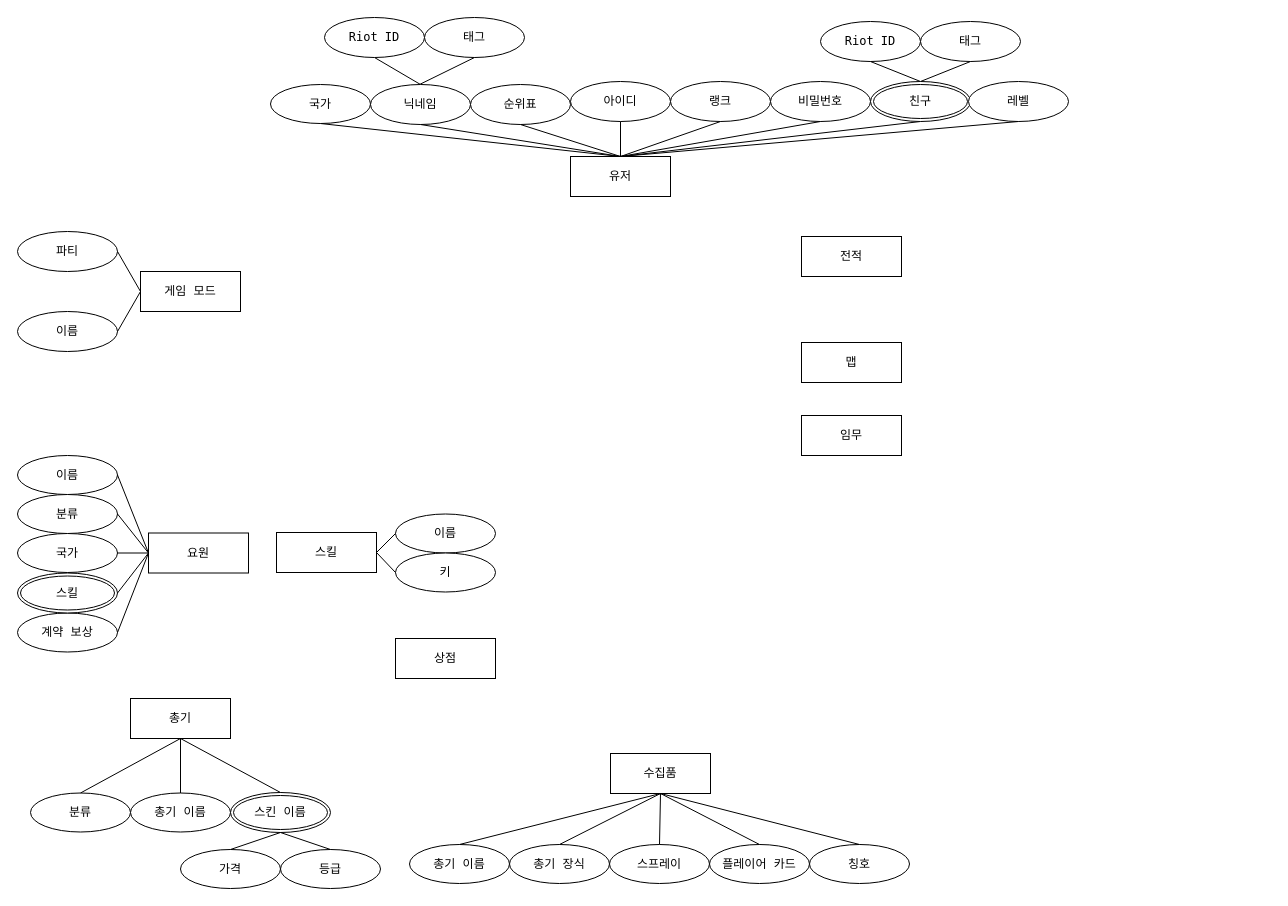
Above: Valorant_ER_Diagram.drawio in SuhyeonLEE0603/DB (draw.io), before the change. Source tidied: cells renumbered, new cells numbered last; positions are measured from the earlier drawing's top-left corner, leaving out a move shared by most shapes. Both pictures are drawn from the tidied source at 100%, with x=0, y=0 at pixel (17, 17).
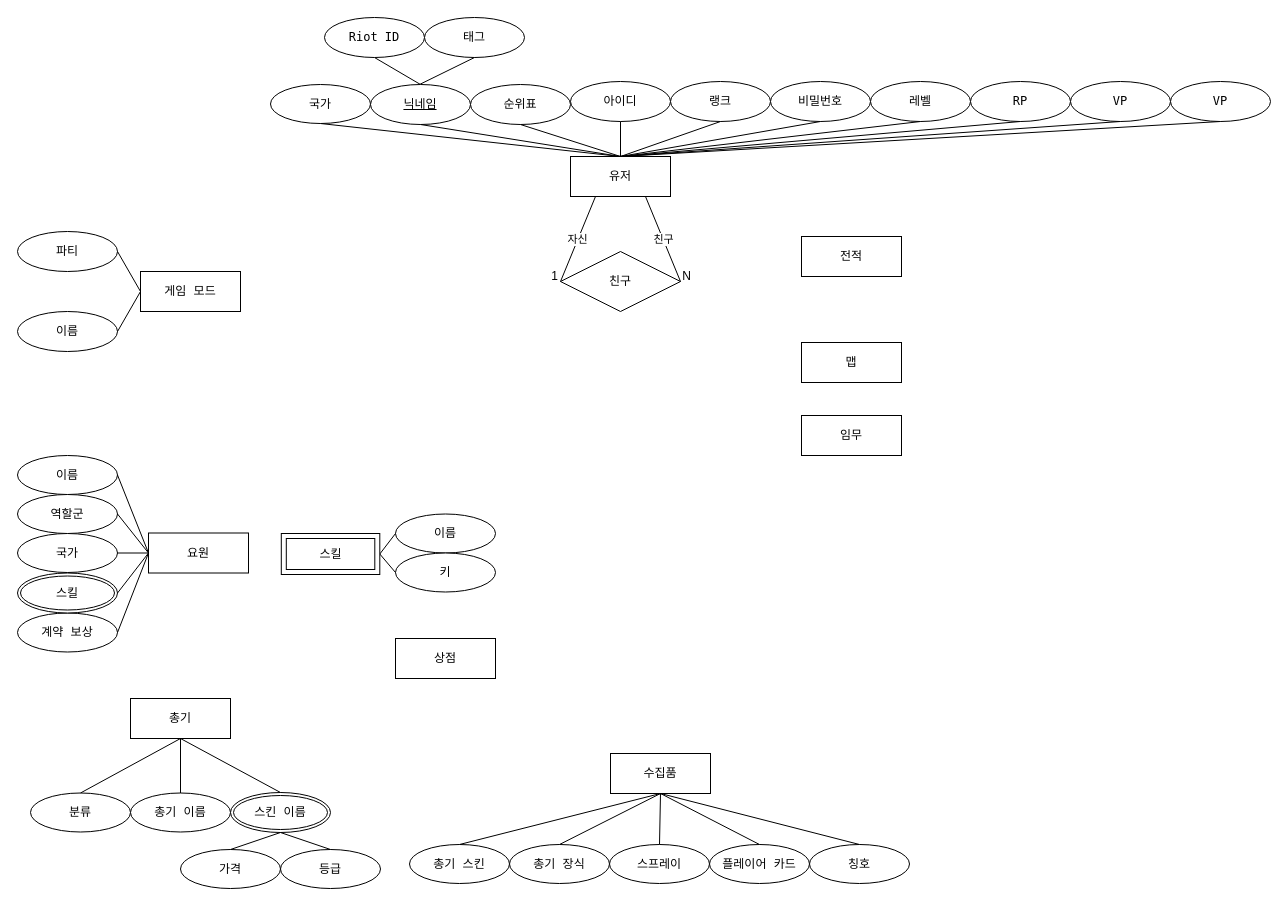
The same page after the edit.

Commit message:
유저 업데이트

Unchanged cells that the change refers to:
```xml
<mxCell id="3" value="유저" style="whiteSpace=wrap;html=1;align=center;fontFamily=Lucida Console;" parent="1" vertex="1">
  <mxGeometry x="553" y="139" width="100" height="40" as="geometry" />
</mxCell>
```

Change to the diagram source:
```diff
@@
-    <mxCell id="27" value="닉네임" style="ellipse;whiteSpace=wrap;html=1;align=center;fontFamily=Lucida Console;" parent="1" vertex="1">
+    <mxCell id="27" value="닉네임" style="ellipse;whiteSpace=wrap;html=1;align=center;fontFamily=Lucida Console;fontStyle=4;" parent="1" vertex="1">
       <mxGeometry x="353" y="67" width="100" height="40" as="geometry" />
     </mxCell>
@@
-    <mxCell id="29" style="endArrow=none;html=1;rounded=0;entryX=0.5;entryY=1;entryDx=0;entryDy=0;exitX=0.5;exitY=0;exitDx=0;exitDy=0;fontFamily=Lucida Console;" parent="1" edge="1" source="3" target="34">
-      <mxGeometry relative="1" as="geometry" />
-    </mxCell>
-    <mxCell id="30" value="태그" style="ellipse;whiteSpace=wrap;html=1;align=center;fontFamily=Lucida Console;" parent="1" vertex="1">
-      <mxGeometry x="903" y="4" width="100" height="40" as="geometry" />
-    </mxCell>
-    <mxCell id="31" value="Riot ID" style="ellipse;whiteSpace=wrap;html=1;align=center;fontFamily=Lucida Console;" parent="1" vertex="1">
-      <mxGeometry x="803" y="4" width="100" height="40" as="geometry" />
-    </mxCell>
-    <mxCell id="32" style="endArrow=none;html=1;rounded=0;exitX=0.5;exitY=1;exitDx=0;exitDy=0;entryX=0.5;entryY=0;entryDx=0;entryDy=0;fontFamily=Lucida Console;" parent="1" edge="1" source="30" target="34">
-      <mxGeometry relative="1" as="geometry" />
-    </mxCell>
-    <mxCell id="33" style="endArrow=none;html=1;rounded=0;entryX=0.5;entryY=0;entryDx=0;entryDy=0;exitX=0.5;exitY=1;exitDx=0;exitDy=0;fontFamily=Lucida Console;" parent="1" edge="1" source="31" target="34">
-      <mxGeometry relative="1" as="geometry" />
-    </mxCell>
-    <mxCell id="34" value="친구" style="ellipse;shape=doubleEllipse;margin=3;whiteSpace=wrap;html=1;align=center;fontFamily=Lucida Console;" parent="1" vertex="1">
-      <mxGeometry x="853" y="64" width="100" height="40" as="geometry" />
-    </mxCell>
@@
-    <mxCell id="54" value="분류" style="ellipse;whiteSpace=wrap;html=1;align=center;fontFamily=Lucida Console;" parent="1" vertex="1">
+    <mxCell id="54" value="역할군" style="ellipse;whiteSpace=wrap;html=1;align=center;fontFamily=Lucida Console;" parent="1" vertex="1">
       <mxGeometry y="477" width="100" height="39" as="geometry" />
     </mxCell>
@@
-    <mxCell id="64" value="총기 이름" style="ellipse;whiteSpace=wrap;html=1;align=center;fontFamily=Lucida Console;" parent="1" vertex="1">
+    <mxCell id="64" value="총기 스킨" style="ellipse;whiteSpace=wrap;html=1;align=center;fontFamily=Lucida Console;" parent="1" vertex="1">
       <mxGeometry x="392" y="827" width="100" height="39" as="geometry" />
     </mxCell>
@@
-    <mxCell id="66" value="스킬" style="whiteSpace=wrap;html=1;align=center;fontFamily=Lucida Console;" parent="1" vertex="1">
-      <mxGeometry x="259" y="515" width="100" height="40" as="geometry" />
-    </mxCell>
@@
     <mxCell id="72" value="레벨" style="ellipse;whiteSpace=wrap;html=1;align=center;fontFamily=Lucida Console;" parent="1" vertex="1">
-      <mxGeometry x="951" y="64" width="100" height="40" as="geometry" />
+      <mxGeometry x="853" y="64" width="100" height="40" as="geometry" />
     </mxCell>
@@
+    <mxCell id="66" value="스킬" style="shape=ext;margin=3;double=1;whiteSpace=wrap;html=1;align=center;fontFamily=Lucida Console;" parent="1" vertex="1">
+      <mxGeometry x="263.8" y="516" width="98.5" height="41" as="geometry" />
+    </mxCell>
+    <mxCell id="74" value="친구" style="shape=rhombus;perimeter=rhombusPerimeter;whiteSpace=wrap;html=1;align=center;fontFamily=Lucida Console;" parent="1" vertex="1">
+      <mxGeometry x="543" y="234" width="120" height="60" as="geometry" />
+    </mxCell>
+    <mxCell id="75" value="자신" style="endArrow=none;html=1;rounded=0;entryX=0;entryY=0.5;entryDx=0;entryDy=0;exitX=0.25;exitY=1;exitDx=0;exitDy=0;" parent="1" edge="1" source="3" target="74">
+      <mxGeometry relative="1" as="geometry" />
+    </mxCell>
+    <mxCell id="76" value="1" style="html=1;whiteSpace=wrap;align=right;verticalAlign=bottom;" parent="75" vertex="1">
+      <mxGeometry x="1" relative="1" as="geometry">
+        <mxPoint x="-1" y="3" as="offset" />
+      </mxGeometry>
+    </mxCell>
+    <mxCell id="77" value="친구" style="endArrow=none;html=1;rounded=0;exitX=0.75;exitY=1;exitDx=0;exitDy=0;entryX=1;entryY=0.5;entryDx=0;entryDy=0;" parent="1" edge="1" source="3" target="74">
+      <mxGeometry relative="1" as="geometry" />
+    </mxCell>
+    <mxCell id="78" value="N" style="html=1;whiteSpace=wrap;align=right;verticalAlign=bottom;" parent="77" vertex="1">
+      <mxGeometry x="1" relative="1" as="geometry">
+        <mxPoint x="12" y="3" as="offset" />
+      </mxGeometry>
+    </mxCell>
+    <mxCell id="79" value="RP" style="ellipse;whiteSpace=wrap;html=1;align=center;fontFamily=Lucida Console;" parent="1" vertex="1">
+      <mxGeometry x="953" y="64" width="100" height="40" as="geometry" />
+    </mxCell>
+    <mxCell id="80" value="VP" style="ellipse;whiteSpace=wrap;html=1;align=center;fontFamily=Lucida Console;" parent="1" vertex="1">
+      <mxGeometry x="1053" y="64" width="100" height="40" as="geometry" />
+    </mxCell>
+    <mxCell id="81" value="VP" style="ellipse;whiteSpace=wrap;html=1;align=center;fontFamily=Lucida Console;" parent="1" vertex="1">
+      <mxGeometry x="1153" y="64" width="100" height="40" as="geometry" />
+    </mxCell>
+    <mxCell id="82" style="endArrow=none;html=1;rounded=0;entryX=0.5;entryY=1;entryDx=0;entryDy=0;fontFamily=Lucida Console;exitX=0.5;exitY=0;exitDx=0;exitDy=0;" parent="1" edge="1" source="3" target="79">
+      <mxGeometry relative="1" as="geometry" />
+    </mxCell>
+    <mxCell id="83" style="endArrow=none;html=1;rounded=0;entryX=0.5;entryY=1;entryDx=0;entryDy=0;fontFamily=Lucida Console;exitX=0.5;exitY=0;exitDx=0;exitDy=0;" parent="1" edge="1" source="3" target="80">
+      <mxGeometry relative="1" as="geometry" />
+    </mxCell>
+    <mxCell id="84" style="endArrow=none;html=1;rounded=0;entryX=0.5;entryY=1;entryDx=0;entryDy=0;fontFamily=Lucida Console;exitX=0.5;exitY=0;exitDx=0;exitDy=0;" parent="1" edge="1" source="3" target="81">
+      <mxGeometry relative="1" as="geometry" />
+    </mxCell>
```
